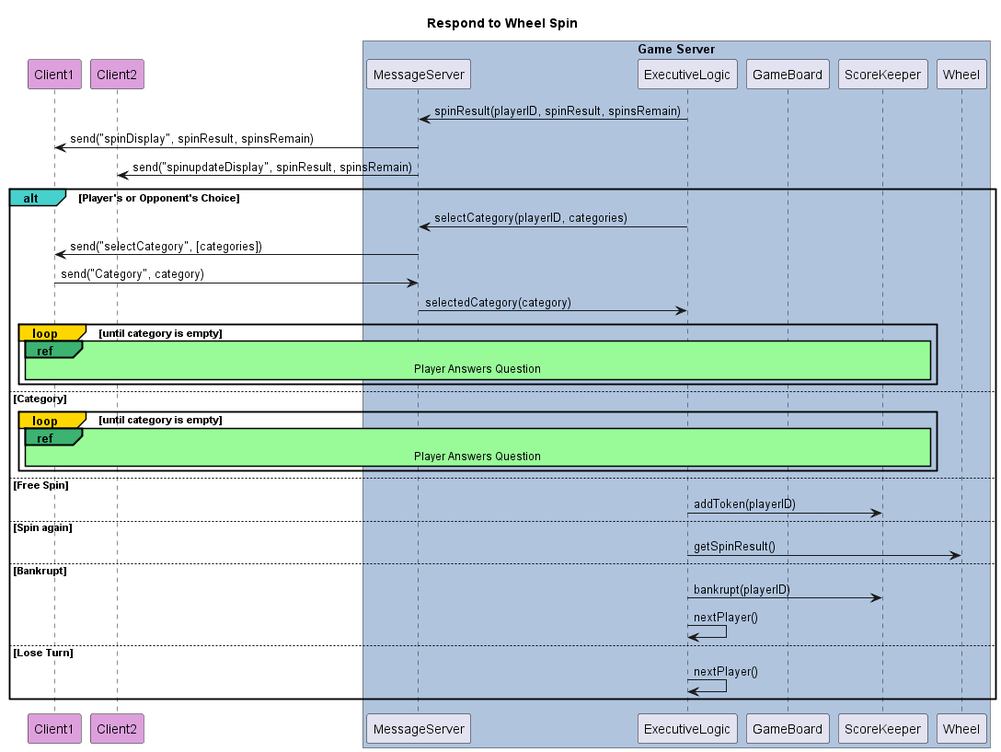
This is out/diagrams/seq-diagram-wheel-spin/Respond to Wheel Spin.png from poszy/def_spinit_project, a PlantUML export, as it was before one commit. The source it was exported from:
```plantuml
@startuml Respond to Wheel Spin
title Respond to Wheel Spin

skinparam sequenceReferenceBackgroundColor palegreen
skinparam sequenceReferenceHeaderBackgroundColor  mediumseagreen

participant Client1 #Plum
participant Client2 #Plum

box "Game Server" #LightSteelBlue
participant MessageServer as Server
participant ExecutiveLogic
participant GameBoard
participant ScoreKeeper
participant Wheel
end box

Server <- ExecutiveLogic: spinResult(playerID, spinResult, spinsRemain)
Client1 <- Server: send("spinDisplay", spinResult, spinsRemain)
Client2 <- Server: send("spinupdateDisplay", spinResult, spinsRemain)

alt#MediumTurquoise Player's or Opponent's Choice
    Server <- ExecutiveLogic: selectCategory(playerID, categories)
    Client1 <- Server: send("selectCategory", [categories])
    Client1 -> Server: send("Category", category)
    Server -> ExecutiveLogic: selectedCategory(category)

    loop#Gold until category is empty
            ref over Client1, ScoreKeeper
            Player Answers Question
        end ref
    end

else Category
    loop#Gold until category is empty
        ref over Client1, ScoreKeeper
            Player Answers Question
        end ref
    end




else  Free Spin
    ExecutiveLogic -> ScoreKeeper: addToken(playerID)

else Spin again
    ExecutiveLogic -> Wheel: getSpinResult()
else Bankrupt
    ExecutiveLogic -> ScoreKeeper: bankrupt(playerID)
    ExecutiveLogic -> ExecutiveLogic: nextPlayer()
else Lose Turn
    ExecutiveLogic -> ExecutiveLogic: nextPlayer()
end


@enduml
```
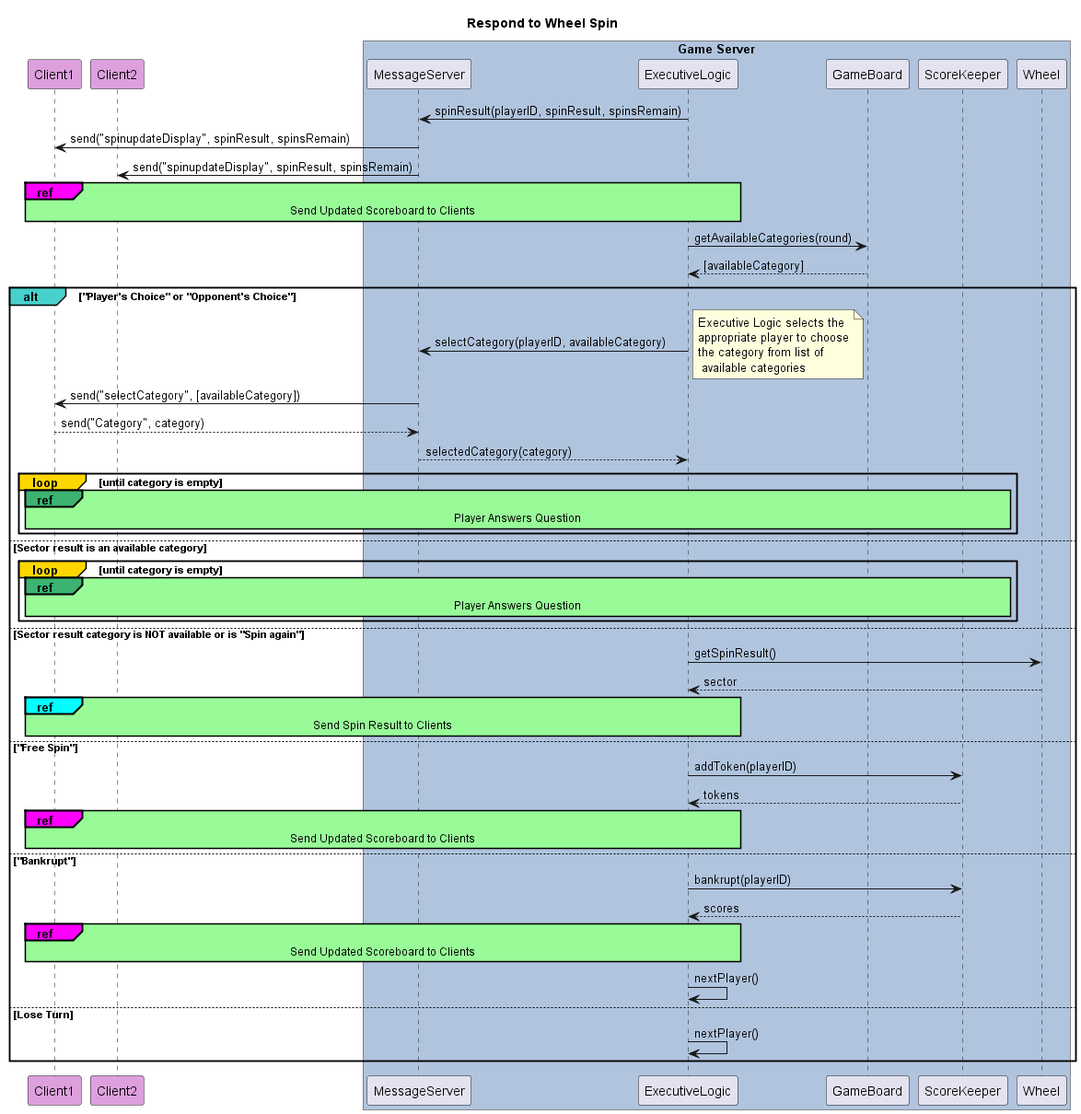
Above is the later version.

Change to the diagram source:
```diff
@@ -16,14 +16,27 @@
 end box
 
 Server <- ExecutiveLogic: spinResult(playerID, spinResult, spinsRemain)
-Client1 <- Server: send("spinDisplay", spinResult, spinsRemain)
+Client1 <- Server: send("spinupdateDisplay", spinResult, spinsRemain)
 Client2 <- Server: send("spinupdateDisplay", spinResult, spinsRemain)
+ref#Magenta over Client1, ExecutiveLogic
+        Send Updated Scoreboard to Clients
+end ref
 
-alt#MediumTurquoise Player's or Opponent's Choice
-    Server <- ExecutiveLogic: selectCategory(playerID, categories)
-    Client1 <- Server: send("selectCategory", [categories])
-    Client1 -> Server: send("Category", category)
-    Server -> ExecutiveLogic: selectedCategory(category)
+ExecutiveLogic -> GameBoard : getAvailableCategories(round)
+ExecutiveLogic <-- GameBoard : [availableCategory]
+
+alt#MediumTurquoise "Player's Choice" or "Opponent's Choice"
+    Server <- ExecutiveLogic: selectCategory(playerID, availableCategory)
+    note right
+    Executive Logic selects the
+    appropriate player to choose
+    the category from list of
+     available categories
+    end note
+
+    Client1 <- Server: send("selectCategory", [availableCategory])
+    Client1 --> Server: send("Category", category)
+    Server --> ExecutiveLogic: selectedCategory(category)
 
     loop#Gold until category is empty
             ref over Client1, ScoreKeeper
@@ -31,23 +44,38 @@
         end ref
     end
 
-else Category
+else Sector result is an available category
     loop#Gold until category is empty
         ref over Client1, ScoreKeeper
             Player Answers Question
         end ref
     end
 
+else Sector result category is NOT available or is "Spin again"
+    ExecutiveLogic -> Wheel: getSpinResult()
+    ExecutiveLogic <-- Wheel : sector
+
+    ref#Cyan over Client1, ExecutiveLogic
+            Send Spin Result to Clients
+    end ref
+
+else "Free Spin"
+    ExecutiveLogic -> ScoreKeeper: addToken(playerID)
+    ExecutiveLogic <-- ScoreKeeper: tokens
+    ref#Magenta over Client1, ExecutiveLogic
+        Send Updated Scoreboard to Clients
+    end ref
 
 
 
-else  Free Spin
-    ExecutiveLogic -> ScoreKeeper: addToken(playerID)
+else "Bankrupt"
+    ExecutiveLogic -> ScoreKeeper: bankrupt(playerID)
+    ExecutiveLogic <-- ScoreKeeper: scores
 
-else Spin again
-    ExecutiveLogic -> Wheel: getSpinResult()
-else Bankrupt
-    ExecutiveLogic -> ScoreKeeper: bankrupt(playerID)
+    ref#Magenta over Client1, ExecutiveLogic
+        Send Updated Scoreboard to Clients
+    end ref
+
     ExecutiveLogic -> ExecutiveLogic: nextPlayer()
 else Lose Turn
     ExecutiveLogic -> ExecutiveLogic: nextPlayer()
```
